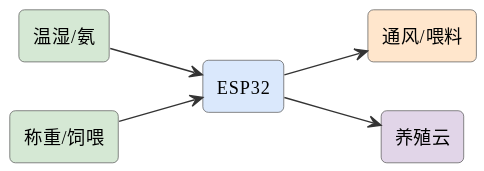
Earlier version of the PlantUML export assets/diagrams/ideas-fig113.svg (mingyi0818/IntelligentMcuCourse).
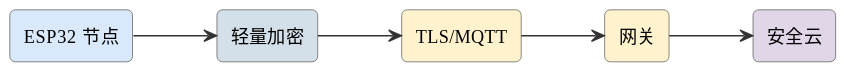
The same diagram one commit later.

Change to the diagram source:
```diff
@@ -6,13 +6,13 @@
 skinparam arrowFontSize 11
 skinparam arrowColor #333
 left to right direction
-rectangle "温湿/氨" as env #d5e8d4
-rectangle "称重/饲喂" as w #d5e8d4
-rectangle "ESP32" as esp #dae8fc
-rectangle "通风/喂料" as act #ffe6cc
-rectangle "养殖云" as cloud #e1d5e8
-env --> esp
-w --> esp
-esp --> act
-esp --> cloud
+rectangle "ESP32 节点" as node #dae8fc
+rectangle "轻量加密" as enc #d3e0ea
+rectangle "TLS/MQTT" as tls #fff2cc
+rectangle "网关" as gw #fff2cc
+rectangle "安全云" as cloud #e1d5e8
+node --> enc
+enc --> tls
+tls --> gw
+gw --> cloud
 @enduml
```
